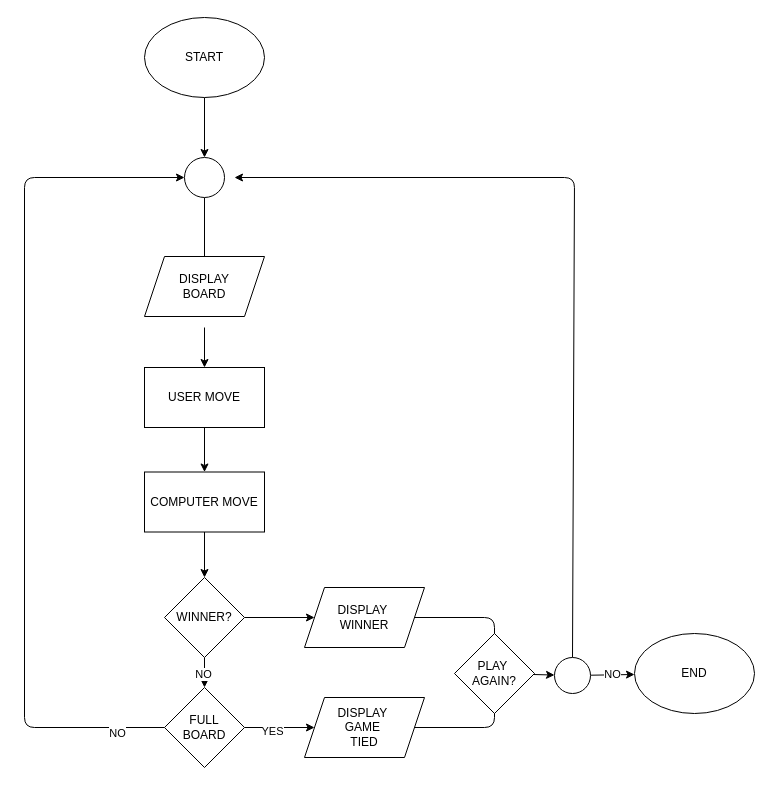
The draw.io diagram 03_slightly_larger_programs/03_tic_tac_toe_problem_decomposition/02.flowChart.drawio in IAMSSROBINSON/ls-js110, before the edit. Source tidied: cells renumbered, new cells numbered last; positions are measured from the earlier drawing's top-left corner, leaving out a move shared by most shapes. Both pictures are drawn from the tidied source at 100%, with x=0, y=0 at pixel (24, 17).
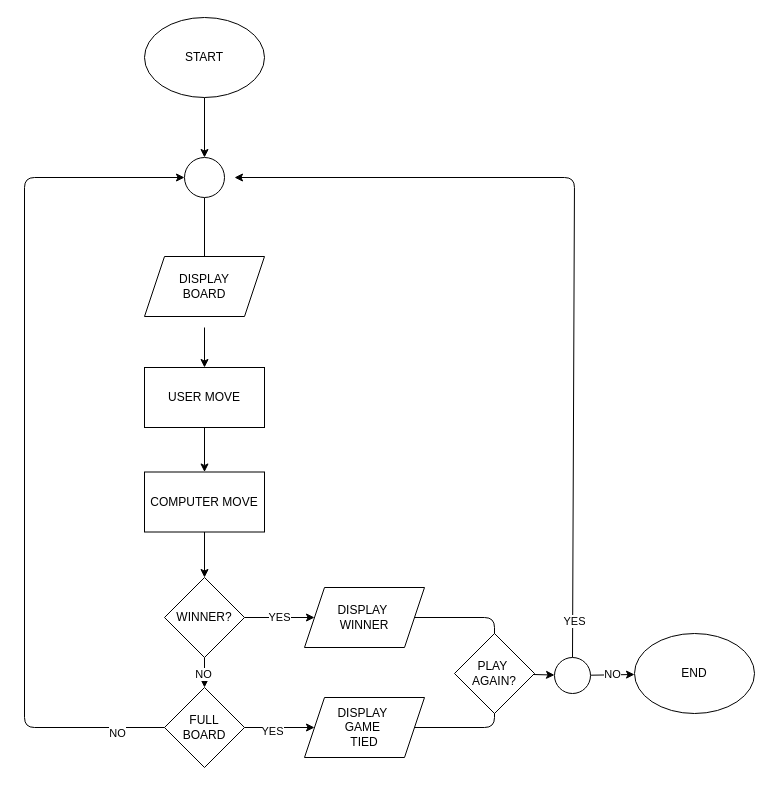
The same diagram, later.

Commit message:
Minor amendments to layout for userflow.

The change refers to these unchanged cells:
```xml
<mxCell id="14" value="WINNER?" style="rhombus;whiteSpace=wrap;html=1;" parent="1" vertex="1">
  <mxGeometry x="140" y="560" width="80" height="80" as="geometry" />
</mxCell>
<mxCell id="23" value="DISPLAY&amp;nbsp;&lt;br&gt;WINNER" style="shape=parallelogram;perimeter=parallelogramPerimeter;whiteSpace=wrap;html=1;fixedSize=1;" parent="1" vertex="1">
  <mxGeometry x="280" y="570" width="120" height="60" as="geometry" />
</mxCell>
<mxCell id="28" style="edgeStyle=none;html=1;exitX=0.5;exitY=0;exitDx=0;exitDy=0;" parent="1" edge="1" source="29">
  <mxGeometry relative="1" as="geometry">
    <mxPoint x="210" y="160" as="targetPoint" />
    <Array as="points">
      <mxPoint x="550" y="160" />
    </Array>
  </mxGeometry>
</mxCell>
```

The edit, as a diff of the source:
```diff
@@
-    <mxCell id="13" style="edgeStyle=none;html=1;" parent="1" edge="1" source="14" target="23">
+    <mxCell id="13" value="YES" style="edgeStyle=none;html=1;" parent="1" edge="1" source="14" target="23">
       <mxGeometry relative="1" as="geometry" />
     </mxCell>
@@
+    <mxCell id="31" value="YES" style="edgeLabel;html=1;align=center;verticalAlign=middle;" parent="28" vertex="1">
+      <mxGeometry x="-0.91" y="-1" relative="1" as="geometry" />
+    </mxCell>
```
